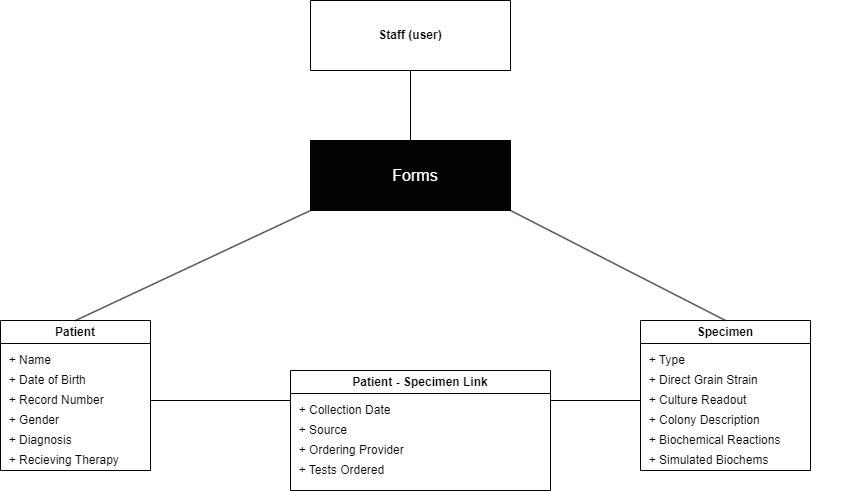
Above: assets/EntityRelation.png in bregeabe/NMU-antibiotics-2024 (draw.io), before the change. Source tidied: cells renumbered, new cells last; positions are measured from the earlier drawing's top-left corner, leaving out a move shared by most shapes. The source it was exported from:
```xml
<mxGraphModel>
  <root>
    <mxCell id="0" />
    <mxCell id="1" parent="0" />
    <mxCell id="2" value="Patient" style="swimlane;whiteSpace=wrap;html=1;" parent="1" vertex="1">
      <mxGeometry y="320" width="150" height="150" as="geometry" />
    </mxCell>
    <mxCell id="3" value="&amp;nbsp; + Name" style="text;html=1;align=left;verticalAlign=middle;whiteSpace=wrap;rounded=0;" parent="2" vertex="1">
      <mxGeometry y="30" width="200" height="20" as="geometry" />
    </mxCell>
    <mxCell id="4" value="&lt;span style=&quot;color: rgba(0, 0, 0, 0); font-family: monospace; font-size: 0px; text-wrap: nowrap;&quot;&gt;%3CmxGraphModel%3E%3Croot%3E%3CmxCell%20id%3D%220%22%2F%3E%3CmxCell%20id%3D%221%22%20parent%3D%220%22%2F%3E%3CmxCell%20id%3D%222%22%20value%3D%22%26amp%3Bnbsp%3B%20%2B%20Name%22%20style%3D%22text%3Bhtml%3D1%3Balign%3Dleft%3BverticalAlign%3Dmiddle%3BwhiteSpace%3Dwrap%3Brounded%3D0%3B%22%20vertex%3D%221%22%20parent%3D%221%22%3E%3CmxGeometry%20x%3D%22170%22%20y%3D%22-840%22%20width%3D%22200%22%20height%3D%2240%22%20as%3D%22geometry%22%2F%3E%3C%2FmxCell%3E%3C%2Froot%3E%3C%2FmxGraphModel%3E&lt;/span&gt;&amp;nbsp; + Date of Birth" style="text;html=1;align=left;verticalAlign=middle;whiteSpace=wrap;rounded=0;" parent="2" vertex="1">
      <mxGeometry y="50" width="200" height="20" as="geometry" />
    </mxCell>
    <mxCell id="5" value="&amp;nbsp; + Record Number" style="text;html=1;align=left;verticalAlign=middle;whiteSpace=wrap;rounded=0;" parent="2" vertex="1">
      <mxGeometry y="70" width="200" height="20" as="geometry" />
    </mxCell>
    <mxCell id="6" value="&amp;nbsp; + Gender" style="text;html=1;align=left;verticalAlign=middle;whiteSpace=wrap;rounded=0;" parent="2" vertex="1">
      <mxGeometry y="90" width="200" height="20" as="geometry" />
    </mxCell>
    <mxCell id="7" value="&amp;nbsp; + Diagnosis&lt;span style=&quot;color: rgba(0, 0, 0, 0); font-family: monospace; font-size: 0px; text-wrap: nowrap;&quot;&gt;%3CmxGraphModel%3E%3Croot%3E%3CmxCell%20id%3D%220%22%2F%3E%3CmxCell%20id%3D%221%22%20parent%3D%220%22%2F%3E%3CmxCell%20id%3D%222%22%20value%3D%22%26amp%3Bnbsp%3B%20%2B%20Ordering%20Provider%22%20style%3D%22text%3Bhtml%3D1%3Balign%3Dleft%3BverticalAlign%3Dmiddle%3BwhiteSpace%3Dwrap%3Brounded%3D0%3B%22%20vertex%3D%221%22%20parent%3D%221%22%3E%3CmxGeometry%20x%3D%2240%22%20y%3D%22-940%22%20width%3D%22200%22%20height%3D%2220%22%20as%3D%22geometry%22%2F%3E%3C%2FmxCell%3E%3C%2Froot%3E%3C%2FmxGraphModel%3E&lt;/span&gt;" style="text;html=1;align=left;verticalAlign=middle;whiteSpace=wrap;rounded=0;" parent="2" vertex="1">
      <mxGeometry y="110" width="200" height="20" as="geometry" />
    </mxCell>
    <mxCell id="8" value="&amp;nbsp; + Recieving Therapy&lt;span style=&quot;color: rgba(0, 0, 0, 0); font-family: monospace; font-size: 0px; text-wrap: nowrap;&quot;&gt;%3CmxGraphModel%3E%3Croot%3E%3CmxCell%20id%3D%220%22%2F%3E%3CmxCell%20id%3D%221%22%20parent%3D%220%22%2F%3E%3CmxCell%20id%3D%222%22%20value%3D%22%26amp%3Bnbsp%3B%20%2B%20Ordering%20Provider%22%20style%3D%22text%3Bhtml%3D1%3Balign%3Dleft%3BverticalAlign%3Dmiddle%3BwhiteSpace%3Dwrap%3Brounded%3D0%3B%22%20vertex%3D%221%22%20parent%3D%221%22%3E%3CmxGeometry%20x%3D%2240%22%20y%3D%22-940%22%20width%3D%22200%22%20height%3D%2220%22%20as%3D%22geometry%22%2F%3E%3C%2FmxCell%3E%3&lt;/span&gt;" style="text;html=1;align=left;verticalAlign=middle;whiteSpace=wrap;rounded=0;" parent="2" vertex="1">
      <mxGeometry y="130" width="200" height="20" as="geometry" />
    </mxCell>
    <mxCell id="9" value="Staff (user)" style="swimlane;whiteSpace=wrap;html=1;startSize=70;" parent="1" vertex="1">
      <mxGeometry x="310" width="200" height="70" as="geometry" />
    </mxCell>
    <mxCell id="10" value="Specimen" style="swimlane;whiteSpace=wrap;html=1;" parent="1" vertex="1">
      <mxGeometry x="640" y="320" width="170" height="150" as="geometry" />
    </mxCell>
    <mxCell id="11" value="&amp;nbsp; + Type" style="text;html=1;align=left;verticalAlign=middle;whiteSpace=wrap;rounded=0;" parent="10" vertex="1">
      <mxGeometry y="30" width="200" height="20" as="geometry" />
    </mxCell>
    <mxCell id="12" value="&lt;span style=&quot;color: rgba(0, 0, 0, 0); font-family: monospace; font-size: 0px; text-wrap: nowrap;&quot;&gt;%3CmxGraphModel%3E%3Croot%3E%3CmxCell%20id%3D%220%22%2F%3E%3CmxCell%20id%3D%221%22%20parent%3D%220%22%2F%3E%3CmxCell%20id%3D%222%22%20value%3D%22%26amp%3Bnbsp%3B%20%2B%20Name%22%20style%3D%22text%3Bhtml%3D1%3Balign%3Dleft%3BverticalAlign%3Dmiddle%3BwhiteSpace%3Dwrap%3Brounded%3D0%3B%22%20vertex%3D%221%22%20parent%3D%221%22%3E%3CmxGeometry%20x%3D%22170%22%20y%3D%22-840%22%20width%3D%22200%22%20height%3D%2240%22%20as%3D%22geometry%22%2F%3E%3C%2FmxCell%3E%3C%2Froot%3E%3C%2FmxGraphModel%3E&lt;/span&gt;&amp;nbsp; + Direct Grain Strain" style="text;html=1;align=left;verticalAlign=middle;whiteSpace=wrap;rounded=0;" parent="10" vertex="1">
      <mxGeometry y="50" width="200" height="20" as="geometry" />
    </mxCell>
    <mxCell id="13" value="&amp;nbsp; + Culture Readout" style="text;html=1;align=left;verticalAlign=middle;whiteSpace=wrap;rounded=0;" parent="10" vertex="1">
      <mxGeometry y="70" width="200" height="20" as="geometry" />
    </mxCell>
    <mxCell id="14" value="&amp;nbsp; + Colony Description" style="text;html=1;align=left;verticalAlign=middle;whiteSpace=wrap;rounded=0;" parent="10" vertex="1">
      <mxGeometry y="90" width="200" height="20" as="geometry" />
    </mxCell>
    <mxCell id="15" value="&amp;nbsp; + Biochemical Reactions" style="text;html=1;align=left;verticalAlign=middle;whiteSpace=wrap;rounded=0;" parent="10" vertex="1">
      <mxGeometry y="110" width="200" height="20" as="geometry" />
    </mxCell>
    <mxCell id="16" value="&amp;nbsp; + Simulated Biochems" style="text;html=1;align=left;verticalAlign=middle;whiteSpace=wrap;rounded=0;" parent="10" vertex="1">
      <mxGeometry y="130" width="200" height="20" as="geometry" />
    </mxCell>
    <mxCell id="17" style="endArrow=none;html=1;rounded=0;exitX=1;exitY=0;exitDx=0;exitDy=0;" parent="10" edge="1" source="24">
      <mxGeometry relative="1" as="geometry">
        <mxPoint y="80" as="targetPoint" />
      </mxGeometry>
    </mxCell>
    <mxCell id="18" style="endArrow=none;html=1;rounded=0;exitX=0.5;exitY=0;exitDx=0;exitDy=0;entryX=0.5;entryY=1;entryDx=0;entryDy=0;" parent="1" edge="1" source="19" target="9">
      <mxGeometry relative="1" as="geometry" />
    </mxCell>
    <mxCell id="19" style="swimlane;whiteSpace=wrap;html=1;startSize=70;color:black;fillColor=#030303;" parent="1" vertex="1">
      <mxGeometry x="310" y="140" width="200" height="70" as="geometry" />
    </mxCell>
    <mxCell id="20" value="&lt;font style=&quot;font-size: 16px;&quot;&gt;Forms&lt;/font&gt;" style="text;html=1;align=center;verticalAlign=middle;whiteSpace=wrap;rounded=0;strokeColor=none;font-color:white;fontColor=#FFFFFF;" parent="19" vertex="1">
      <mxGeometry x="75" y="20" width="60" height="30" as="geometry" />
    </mxCell>
    <mxCell id="21" style="endArrow=none;html=1;rounded=0;exitX=0.5;exitY=0;exitDx=0;exitDy=0;entryX=0.5;entryY=1;entryDx=0;entryDy=0;" parent="1" edge="1" source="2">
      <mxGeometry relative="1" as="geometry">
        <mxPoint x="310" y="210" as="targetPoint" />
      </mxGeometry>
    </mxCell>
    <mxCell id="22" style="endArrow=none;html=1;rounded=0;exitX=0.5;exitY=0;exitDx=0;exitDy=0;entryX=0.5;entryY=1;entryDx=0;entryDy=0;" parent="1" edge="1" source="10">
      <mxGeometry relative="1" as="geometry">
        <mxPoint x="510" y="210" as="targetPoint" />
      </mxGeometry>
    </mxCell>
    <mxCell id="23" value="Patient - Specimen Link" style="swimlane;whiteSpace=wrap;html=1;" parent="1" vertex="1">
      <mxGeometry x="290" y="370" width="260" height="120" as="geometry" />
    </mxCell>
    <mxCell id="24" value="&amp;nbsp; + Collection Date&lt;span style=&quot;color: rgba(0, 0, 0, 0); font-family: monospace; font-size: 0px; text-wrap: nowrap;&quot;&gt;%3CmxGraphModel%3E%3Croot%3E%3CmxCell%20id%3D%220%22%2F%3E%3CmxCell%20id%3D%221%22%20parent%3D%220%22%2F%3E%3CmxCell%20id%3D%222%22%20value%3D%22%22%20style%3D%22endArrow%3Dnone%3Bhtml%3D1%3Brounded%3D0%3BexitX%3D0.5%3BexitY%3D0%3BexitDx%3D0%3BexitDy%3D0%3BentryX%3D0%3BentryY%3D0%3BentryDx%3D0%3BentryDy%3D0%3B%22%20edge%3D%221%22%20parent%3D%221%22%3E%3CmxGeometry%20width%3D%2250%22%20height%3D%2250%22%20relative%3D%221%22%20as%3D%22geometry%22%3E%3CmxPoint%20x%3D%22160%22%20y%3D%22-680%22%20as%3D%22sourcePoint%22%2F%3E%3CmxPoint%20x%3D%22300%22%20y%3D%22-680%22%20as%3D%22targetPoint%22%2F%3E%3C%2FmxGeometry%3E%3C%2FmxCell%3E%3C%2Froot%3E%3C%2FmxGraphModel%3E&lt;/span&gt;" style="text;html=1;align=left;verticalAlign=middle;whiteSpace=wrap;rounded=0;" parent="23" vertex="1">
      <mxGeometry y="30" width="260" height="20" as="geometry" />
    </mxCell>
    <mxCell id="25" value="&amp;nbsp; + Source&lt;span style=&quot;color: rgba(0, 0, 0, 0); font-family: monospace; font-size: 0px; text-wrap: nowrap;&quot;&gt;%3CmxGraphModel%3E%3Croot%3E%3CmxCell%20id%3D%220%22%2F%3E%3CmxCell%20id%3D%221%22%20parent%3D%220%22%2F%3E%3CmxCell%20id%3D%222%22%20value%3D%22%22%20style%3D%22endArrow%3Dnone%3Bhtml%3D1%3Brounded%3D0%3BexitX%3D0.5%3BexitY%3D0%3BexitDx%3D0%3BexitDy%3D0%3BentryX%3D0%3BentryY%3D0%3BentryDx%3D0%3BentryDy%3D0%3B%22%20edge%3D%221%22%20parent%3D%221%22%3E%3CmxGeometry%20width%3D%2250%22%20height%3D%2250%22%20relative%3D%221%22%20as%3D%22geometry%22%3E%3CmxPoint%20x%3D%22160%22%20y%3D%22-680%22%20as%3D%22sourcePoint%22%2F%3E%3CmxPoint%20x%3D%22300%22%20y%3D%22-680%22%20as%3D%22targetPoint%22%2F%3E%3C%2FmxGeometry%3E%3C%2FmxCell%3E%3C%2Froot%3E%3C%2FmxGraphModel%&lt;/span&gt;" style="text;html=1;align=left;verticalAlign=middle;whiteSpace=wrap;rounded=0;" parent="23" vertex="1">
      <mxGeometry y="50" width="250" height="20" as="geometry" />
    </mxCell>
    <mxCell id="26" value="&amp;nbsp; + Ordering Provider" style="text;html=1;align=left;verticalAlign=middle;whiteSpace=wrap;rounded=0;" parent="23" vertex="1">
      <mxGeometry y="70" width="250" height="20" as="geometry" />
    </mxCell>
    <mxCell id="27" value="&amp;nbsp; + Tests Ordered" style="text;html=1;align=left;verticalAlign=middle;whiteSpace=wrap;rounded=0;" parent="23" vertex="1">
      <mxGeometry y="90" width="250" height="20" as="geometry" />
    </mxCell>
    <mxCell id="28" style="endArrow=none;html=1;rounded=0;exitX=0.5;exitY=0;exitDx=0;exitDy=0;entryX=0;entryY=0;entryDx=0;entryDy=0;" parent="1" edge="1" target="24">
      <mxGeometry relative="1" as="geometry">
        <mxPoint x="150" y="400" as="sourcePoint" />
      </mxGeometry>
    </mxCell>
  </root>
</mxGraphModel>
```
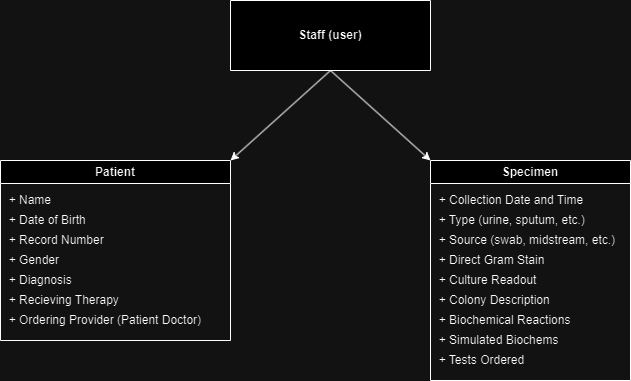
After the commit.

Commit message:
Removed patient-specimen link

What changed in the source:
```diff
@@ -3,7 +3,7 @@
     <mxCell id="0" />
     <mxCell id="1" parent="0" />
     <mxCell id="2" value="Patient" style="swimlane;whiteSpace=wrap;html=1;" parent="1" vertex="1">
-      <mxGeometry y="320" width="150" height="150" as="geometry" />
+      <mxGeometry x="80" y="160" width="230" height="180" as="geometry" />
     </mxCell>
     <mxCell id="3" value="&amp;nbsp; + Name" style="text;html=1;align=left;verticalAlign=middle;whiteSpace=wrap;rounded=0;" parent="2" vertex="1">
       <mxGeometry y="30" width="200" height="20" as="geometry" />
@@ -23,73 +23,47 @@
     <mxCell id="8" value="&amp;nbsp; + Recieving Therapy&lt;span style=&quot;color: rgba(0, 0, 0, 0); font-family: monospace; font-size: 0px; text-wrap: nowrap;&quot;&gt;%3CmxGraphModel%3E%3Croot%3E%3CmxCell%20id%3D%220%22%2F%3E%3CmxCell%20id%3D%221%22%20parent%3D%220%22%2F%3E%3CmxCell%20id%3D%222%22%20value%3D%22%26amp%3Bnbsp%3B%20%2B%20Ordering%20Provider%22%20style%3D%22text%3Bhtml%3D1%3Balign%3Dleft%3BverticalAlign%3Dmiddle%3BwhiteSpace%3Dwrap%3Brounded%3D0%3B%22%20vertex%3D%221%22%20parent%3D%221%22%3E%3CmxGeometry%20x%3D%2240%22%20y%3D%22-940%22%20width%3D%22200%22%20height%3D%2220%22%20as%3D%22geometry%22%2F%3E%3C%2FmxCell%3E%3&lt;/span&gt;" style="text;html=1;align=left;verticalAlign=middle;whiteSpace=wrap;rounded=0;" parent="2" vertex="1">
       <mxGeometry y="130" width="200" height="20" as="geometry" />
     </mxCell>
+    <mxCell id="26" value="&amp;nbsp; + Ordering Provider (Patient Doctor)" style="text;html=1;align=left;verticalAlign=middle;whiteSpace=wrap;rounded=0;" parent="2" vertex="1">
+      <mxGeometry y="150" width="230" height="20" as="geometry" />
+    </mxCell>
     <mxCell id="9" value="Staff (user)" style="swimlane;whiteSpace=wrap;html=1;startSize=70;" parent="1" vertex="1">
       <mxGeometry x="310" width="200" height="70" as="geometry" />
     </mxCell>
     <mxCell id="10" value="Specimen" style="swimlane;whiteSpace=wrap;html=1;" parent="1" vertex="1">
-      <mxGeometry x="640" y="320" width="170" height="150" as="geometry" />
+      <mxGeometry x="510" y="160" width="200" height="220" as="geometry" />
     </mxCell>
-    <mxCell id="11" value="&amp;nbsp; + Type" style="text;html=1;align=left;verticalAlign=middle;whiteSpace=wrap;rounded=0;" parent="10" vertex="1">
-      <mxGeometry y="30" width="200" height="20" as="geometry" />
+    <mxCell id="11" value="&amp;nbsp; + Type (urine, sputum, etc.)" style="text;html=1;align=left;verticalAlign=middle;whiteSpace=wrap;rounded=0;" parent="10" vertex="1">
+      <mxGeometry y="50" width="200" height="20" as="geometry" />
     </mxCell>
-    <mxCell id="12" value="&lt;span style=&quot;color: rgba(0, 0, 0, 0); font-family: monospace; font-size: 0px; text-wrap: nowrap;&quot;&gt;%3CmxGraphModel%3E%3Croot%3E%3CmxCell%20id%3D%220%22%2F%3E%3CmxCell%20id%3D%221%22%20parent%3D%220%22%2F%3E%3CmxCell%20id%3D%222%22%20value%3D%22%26amp%3Bnbsp%3B%20%2B%20Name%22%20style%3D%22text%3Bhtml%3D1%3Balign%3Dleft%3BverticalAlign%3Dmiddle%3BwhiteSpace%3Dwrap%3Brounded%3D0%3B%22%20vertex%3D%221%22%20parent%3D%221%22%3E%3CmxGeometry%20x%3D%22170%22%20y%3D%22-840%22%20width%3D%22200%22%20height%3D%2240%22%20as%3D%22geometry%22%2F%3E%3C%2FmxCell%3E%3C%2Froot%3E%3C%2FmxGraphModel%3E&lt;/span&gt;&amp;nbsp; + Direct Grain Strain" style="text;html=1;align=left;verticalAlign=middle;whiteSpace=wrap;rounded=0;" parent="10" vertex="1">
-      <mxGeometry y="50" width="200" height="20" as="geometry" />
+    <mxCell id="12" value="&lt;span style=&quot;color: rgba(0, 0, 0, 0); font-family: monospace; font-size: 0px; text-wrap: nowrap;&quot;&gt;%3CmxGraphModel%3E%3Croot%3E%3CmxCell%20id%3D%220%22%2F%3E%3CmxCell%20id%3D%221%22%20parent%3D%220%22%2F%3E%3CmxCell%20id%3D%222%22%20value%3D%22%26amp%3Bnbsp%3B%20%2B%20Name%22%20style%3D%22text%3Bhtml%3D1%3Balign%3Dleft%3BverticalAlign%3Dmiddle%3BwhiteSpace%3Dwrap%3Brounded%3D0%3B%22%20vertex%3D%221%22%20parent%3D%221%22%3E%3CmxGeometry%20x%3D%22170%22%20y%3D%22-840%22%20width%3D%22200%22%20height%3D%2240%22%20as%3D%22geometry%22%2F%3E%3C%2FmxCell%3E%3C%2Froot%3E%3C%2FmxGraphModel%3E&lt;/span&gt;&amp;nbsp; + Direct Gram Stain" style="text;html=1;align=left;verticalAlign=middle;whiteSpace=wrap;rounded=0;" parent="10" vertex="1">
+      <mxGeometry y="90" width="200" height="20" as="geometry" />
     </mxCell>
     <mxCell id="13" value="&amp;nbsp; + Culture Readout" style="text;html=1;align=left;verticalAlign=middle;whiteSpace=wrap;rounded=0;" parent="10" vertex="1">
-      <mxGeometry y="70" width="200" height="20" as="geometry" />
+      <mxGeometry y="110" width="200" height="20" as="geometry" />
     </mxCell>
     <mxCell id="14" value="&amp;nbsp; + Colony Description" style="text;html=1;align=left;verticalAlign=middle;whiteSpace=wrap;rounded=0;" parent="10" vertex="1">
-      <mxGeometry y="90" width="200" height="20" as="geometry" />
+      <mxGeometry y="130" width="200" height="20" as="geometry" />
     </mxCell>
     <mxCell id="15" value="&amp;nbsp; + Biochemical Reactions" style="text;html=1;align=left;verticalAlign=middle;whiteSpace=wrap;rounded=0;" parent="10" vertex="1">
-      <mxGeometry y="110" width="200" height="20" as="geometry" />
+      <mxGeometry y="150" width="200" height="20" as="geometry" />
     </mxCell>
     <mxCell id="16" value="&amp;nbsp; + Simulated Biochems" style="text;html=1;align=left;verticalAlign=middle;whiteSpace=wrap;rounded=0;" parent="10" vertex="1">
-      <mxGeometry y="130" width="200" height="20" as="geometry" />
+      <mxGeometry y="170" width="200" height="20" as="geometry" />
     </mxCell>
-    <mxCell id="17" style="endArrow=none;html=1;rounded=0;exitX=1;exitY=0;exitDx=0;exitDy=0;" parent="10" edge="1" source="24">
-      <mxGeometry relative="1" as="geometry">
-        <mxPoint y="80" as="targetPoint" />
-      </mxGeometry>
-    </mxCell>
-    <mxCell id="18" style="endArrow=none;html=1;rounded=0;exitX=0.5;exitY=0;exitDx=0;exitDy=0;entryX=0.5;entryY=1;entryDx=0;entryDy=0;" parent="1" edge="1" source="19" target="9">
-      <mxGeometry relative="1" as="geometry" />
-    </mxCell>
-    <mxCell id="19" style="swimlane;whiteSpace=wrap;html=1;startSize=70;color:black;fillColor=#030303;" parent="1" vertex="1">
-      <mxGeometry x="310" y="140" width="200" height="70" as="geometry" />
-    </mxCell>
-    <mxCell id="20" value="&lt;font style=&quot;font-size: 16px;&quot;&gt;Forms&lt;/font&gt;" style="text;html=1;align=center;verticalAlign=middle;whiteSpace=wrap;rounded=0;strokeColor=none;font-color:white;fontColor=#FFFFFF;" parent="19" vertex="1">
-      <mxGeometry x="75" y="20" width="60" height="30" as="geometry" />
-    </mxCell>
-    <mxCell id="21" style="endArrow=none;html=1;rounded=0;exitX=0.5;exitY=0;exitDx=0;exitDy=0;entryX=0.5;entryY=1;entryDx=0;entryDy=0;" parent="1" edge="1" source="2">
-      <mxGeometry relative="1" as="geometry">
-        <mxPoint x="310" y="210" as="targetPoint" />
-      </mxGeometry>
-    </mxCell>
-    <mxCell id="22" style="endArrow=none;html=1;rounded=0;exitX=0.5;exitY=0;exitDx=0;exitDy=0;entryX=0.5;entryY=1;entryDx=0;entryDy=0;" parent="1" edge="1" source="10">
-      <mxGeometry relative="1" as="geometry">
-        <mxPoint x="510" y="210" as="targetPoint" />
-      </mxGeometry>
-    </mxCell>
-    <mxCell id="23" value="Patient - Specimen Link" style="swimlane;whiteSpace=wrap;html=1;" parent="1" vertex="1">
-      <mxGeometry x="290" y="370" width="260" height="120" as="geometry" />
-    </mxCell>
-    <mxCell id="24" value="&amp;nbsp; + Collection Date&lt;span style=&quot;color: rgba(0, 0, 0, 0); font-family: monospace; font-size: 0px; text-wrap: nowrap;&quot;&gt;%3CmxGraphModel%3E%3Croot%3E%3CmxCell%20id%3D%220%22%2F%3E%3CmxCell%20id%3D%221%22%20parent%3D%220%22%2F%3E%3CmxCell%20id%3D%222%22%20value%3D%22%22%20style%3D%22endArrow%3Dnone%3Bhtml%3D1%3Brounded%3D0%3BexitX%3D0.5%3BexitY%3D0%3BexitDx%3D0%3BexitDy%3D0%3BentryX%3D0%3BentryY%3D0%3BentryDx%3D0%3BentryDy%3D0%3B%22%20edge%3D%221%22%20parent%3D%221%22%3E%3CmxGeometry%20width%3D%2250%22%20height%3D%2250%22%20relative%3D%221%22%20as%3D%22geometry%22%3E%3CmxPoint%20x%3D%22160%22%20y%3D%22-680%22%20as%3D%22sourcePoint%22%2F%3E%3CmxPoint%20x%3D%22300%22%20y%3D%22-680%22%20as%3D%22targetPoint%22%2F%3E%3C%2FmxGeometry%3E%3C%2FmxCell%3E%3C%2Froot%3E%3C%2FmxGraphModel%3E&lt;/span&gt;" style="text;html=1;align=left;verticalAlign=middle;whiteSpace=wrap;rounded=0;" parent="23" vertex="1">
-      <mxGeometry y="30" width="260" height="20" as="geometry" />
+    <mxCell id="24" value="&amp;nbsp; + Collection Date and Time&lt;span style=&quot;color: rgba(0, 0, 0, 0); font-family: monospace; font-size: 0px; text-wrap: nowrap;&quot;&gt;%3CmxGraphModel%3E%3Croot%3E%3CmxCell%20id%3D%220%22%2F%3E%3CmxCell%20id%3D%221%22%20parent%3D%220%22%2F%3E%3CmxCell%20id%3D%222%22%20value%3D%22%22%20style%3D%22endArrow%3Dnone%3Bhtml%3D1%3Brounded%3D0%3BexitX%3D0.5%3BexitY%3D0%3BexitDx%3D0%3BexitDy%3D0%3BentryX%3D0%3BentryY%3D0%3BentryDx%3D0%3BentryDy%3D0%3B%22%20edge%3D%221%22%20parent%3D%221%22%3E%3CmxGeometry%20width%3D%2250%22%20height%3D%2250%22%20relative%3D%221%22%20as%3D%22geometry%22%3E%3CmxPoint%20x%3D%22160%22%20y%3D%22-680%22%20as%3D%22sourcePoint%22%2F%3E%3CmxPoint%20x%3D%22300%22%20y%3D%22-680%22%20as%3D%22targetPoint%22%2F%3E%3C%2FmxGeometry%3E%3C%2FmxCell%3E%3C%2Froot%3E%3C%2FmxGraphModel%3E +&amp;nbsp;&lt;/span&gt;" style="text;html=1;align=left;verticalAlign=middle;whiteSpace=wrap;rounded=0;" parent="10" vertex="1">
+      <mxGeometry y="30" width="200" height="20" as="geometry" />
     </mxCell>
-    <mxCell id="25" value="&amp;nbsp; + Source&lt;span style=&quot;color: rgba(0, 0, 0, 0); font-family: monospace; font-size: 0px; text-wrap: nowrap;&quot;&gt;%3CmxGraphModel%3E%3Croot%3E%3CmxCell%20id%3D%220%22%2F%3E%3CmxCell%20id%3D%221%22%20parent%3D%220%22%2F%3E%3CmxCell%20id%3D%222%22%20value%3D%22%22%20style%3D%22endArrow%3Dnone%3Bhtml%3D1%3Brounded%3D0%3BexitX%3D0.5%3BexitY%3D0%3BexitDx%3D0%3BexitDy%3D0%3BentryX%3D0%3BentryY%3D0%3BentryDx%3D0%3BentryDy%3D0%3B%22%20edge%3D%221%22%20parent%3D%221%22%3E%3CmxGeometry%20width%3D%2250%22%20height%3D%2250%22%20relative%3D%221%22%20as%3D%22geometry%22%3E%3CmxPoint%20x%3D%22160%22%20y%3D%22-680%22%20as%3D%22sourcePoint%22%2F%3E%3CmxPoint%20x%3D%22300%22%20y%3D%22-680%22%20as%3D%22targetPoint%22%2F%3E%3C%2FmxGeometry%3E%3C%2FmxCell%3E%3C%2Froot%3E%3C%2FmxGraphModel%&lt;/span&gt;" style="text;html=1;align=left;verticalAlign=middle;whiteSpace=wrap;rounded=0;" parent="23" vertex="1">
-      <mxGeometry y="50" width="250" height="20" as="geometry" />
+    <mxCell id="25" value="&amp;nbsp; + Source (swab, midstream, etc.)&lt;span style=&quot;color: rgba(0, 0, 0, 0); font-family: monospace; font-size: 0px; text-wrap: nowrap;&quot;&gt;%3CmxGraphModel%3E%3Croot%3E%3CmxCell%20id%3D%220%22%2F%3E%3CmxCell%20id%3D%221%22%20parent%3D%220%22%2F%3E%3CmxCell%20id%3D%222%22%20value%3D%22%22%20style%3D%22endArrow%3Dnone%3Bhtml%3D1%3Brounded%3D0%3BexitX%3D0.5%3BexitY%3D0%3BexitDx%3D0%3BexitDy%3D0%3BentryX%3D0%3BentryY%3D0%3BentryDx%3D0%3BentryDy%3D0%3B%22%20edge%3D%221%22%20parent%3D%221%22%3E%3CmxGeometry%20width%3D%2250%22%20height%3D%2250%22%20relative%3D%221%22%20as%3D%22geometry%22%3E%3CmxPoint%20x%3D%22160%22%20y%3D%22-680%22%20as%3D%22sourcePoint%22%2F%3E%3CmxPoint%20x%3D%22300%22%20y%3D%22-680%22%20as%3D%22targetPoint%22%2F%3E%3C%2FmxGeometry%3E%3C%2FmxCell%3E%3C%2Froot%3E%3C%2FmxGraphModel%&amp;nbsp; ()&amp;nbsp;&lt;/span&gt;" style="text;html=1;align=left;verticalAlign=middle;whiteSpace=wrap;rounded=0;" parent="10" vertex="1">
+      <mxGeometry y="70" width="200" height="20" as="geometry" />
     </mxCell>
-    <mxCell id="26" value="&amp;nbsp; + Ordering Provider" style="text;html=1;align=left;verticalAlign=middle;whiteSpace=wrap;rounded=0;" parent="23" vertex="1">
-      <mxGeometry y="70" width="250" height="20" as="geometry" />
-    </mxCell>
-    <mxCell id="27" value="&amp;nbsp; + Tests Ordered" style="text;html=1;align=left;verticalAlign=middle;whiteSpace=wrap;rounded=0;" parent="23" vertex="1">
-      <mxGeometry y="90" width="250" height="20" as="geometry" />
+    <mxCell id="27" value="&amp;nbsp; + Tests Ordered" style="text;html=1;align=left;verticalAlign=middle;whiteSpace=wrap;rounded=0;" parent="10" vertex="1">
+      <mxGeometry y="190" width="200" height="20" as="geometry" />
     </mxCell>
-    <mxCell id="28" style="endArrow=none;html=1;rounded=0;exitX=0.5;exitY=0;exitDx=0;exitDy=0;entryX=0;entryY=0;entryDx=0;entryDy=0;" parent="1" edge="1" target="24">
-      <mxGeometry relative="1" as="geometry">
-        <mxPoint x="150" y="400" as="sourcePoint" />
-      </mxGeometry>
-    </mxCell>
+    <mxCell id="29" style="endArrow=classic;html=1;rounded=0;exitX=0.5;exitY=1;exitDx=0;exitDy=0;entryX=0;entryY=0;entryDx=0;entryDy=0;" parent="1" edge="1" source="9" target="10">
+      <mxGeometry relative="1" as="geometry" />
+    </mxCell>
+    <mxCell id="30" style="endArrow=classic;html=1;rounded=0;entryX=1;entryY=0;entryDx=0;entryDy=0;exitX=0.5;exitY=1;exitDx=0;exitDy=0;" parent="1" edge="1" source="9" target="2">
+      <mxGeometry relative="1" as="geometry" />
+    </mxCell>
   </root>
 </mxGraphModel>
```
